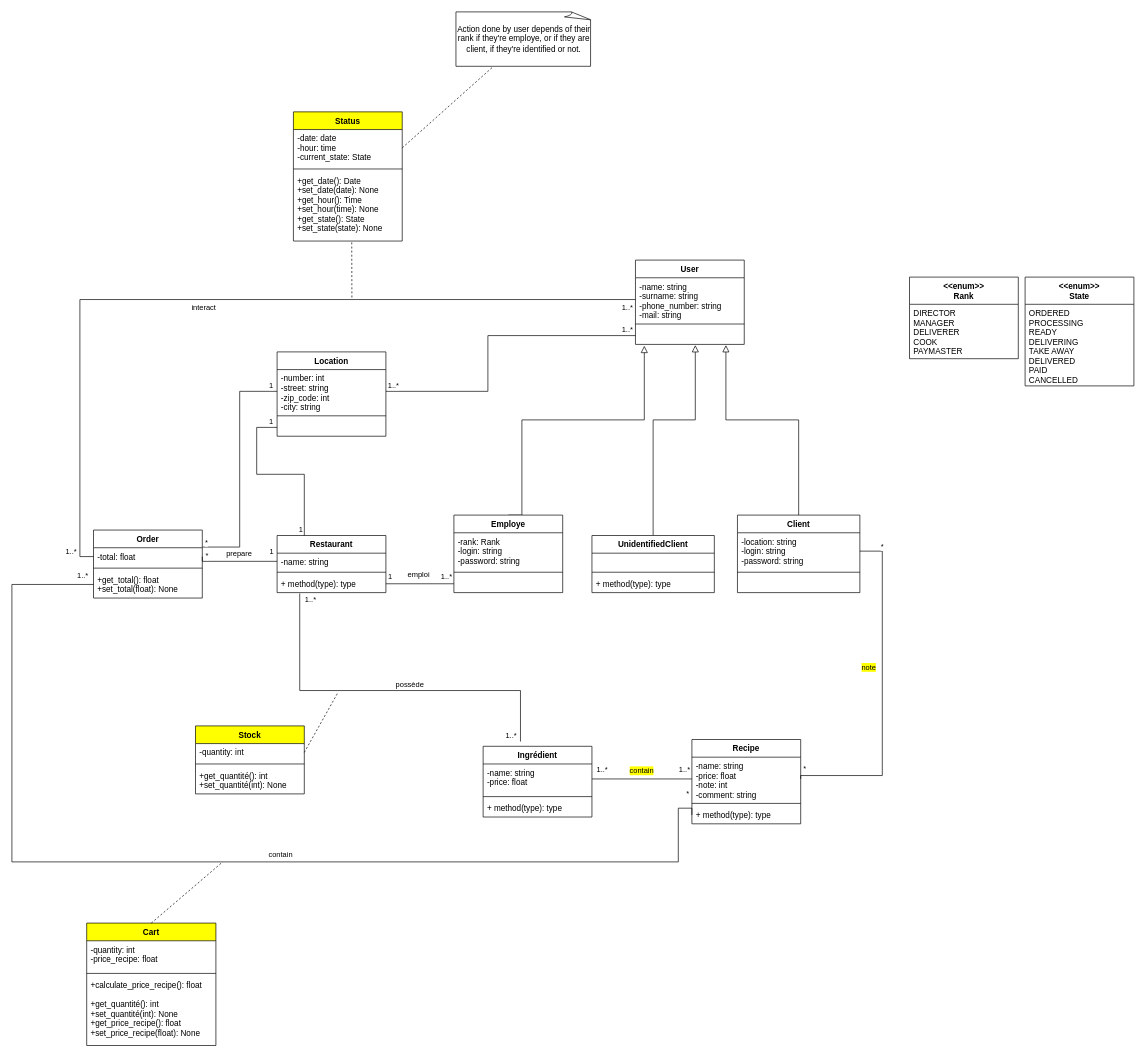
Earlier version of the draw.io diagram Diagramme de classe.drawio (damien-devpy/OC-P6). Source tidied: cells renumbered, new cells numbered last; positions are measured from the earlier drawing's top-left corner, leaving out a move shared by most shapes. Both pictures are drawn from the tidied source at 68%, with x=0, y=0 at pixel (12, 12).
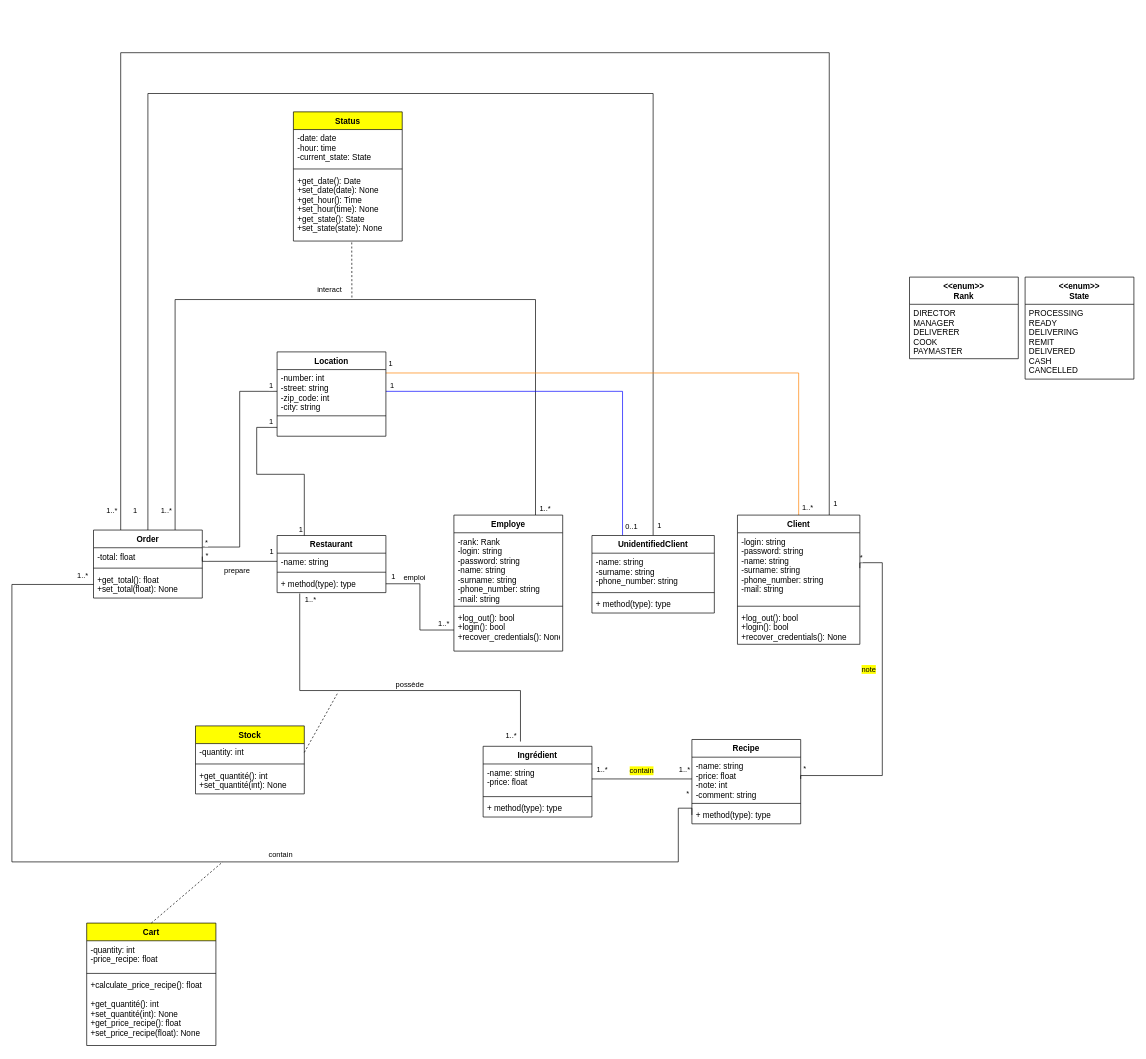
After the change.

Unchanged cells that the change refers to:
```xml
<mxCell id="20" style="edgeStyle=orthogonalEdgeStyle;rounded=0;jettySize=auto;html=1;endArrow=none;endFill=0;endSize=8;strokeWidth=1;exitX=0;exitY=0.5;exitDx=0;exitDy=0;entryX=1;entryY=0.5;entryDx=0;entryDy=0;" parent="1" edge="1" source="56" target="67">
  <mxGeometry relative="1" as="geometry">
    <Array as="points">
      <mxPoint x="280" y="808" />
    </Array>
  </mxGeometry>
</mxCell>
<mxCell id="40" value="-date: date&#10;-hour: time&#10;-current_state: State" style="text;strokeColor=none;fillColor=none;align=left;verticalAlign=top;spacingLeft=4;spacingRight=4;overflow=hidden;points=[[0,0.5],[1,0.5]];portConstraint=eastwest;" parent="39" vertex="1">
  <mxGeometry y="26" width="160" height="54" as="geometry" />
</mxCell>
<mxCell id="55" value="Restaurant" style="swimlane;fontStyle=1;align=center;verticalAlign=top;horizontal=1;startSize=26;" parent="1" vertex="1">
  <mxGeometry x="390" y="770" width="160" height="84" as="geometry" />
</mxCell>
<mxCell id="58" value="+ method(type): type" style="text;strokeColor=none;fillColor=none;align=left;verticalAlign=top;spacingLeft=4;spacingRight=4;overflow=hidden;points=[[0,0.5],[1,0.5]];portConstraint=eastwest;" parent="55" vertex="1">
  <mxGeometry y="58" width="160" height="26" as="geometry" />
</mxCell>
<mxCell id="60" value="-name: string&#10;-price: float&#10;-note: int&#10;-comment: string" style="text;strokeColor=none;fillColor=none;align=left;verticalAlign=top;spacingLeft=4;spacingRight=4;overflow=hidden;points=[[0,0.5],[1,0.5]];portConstraint=eastwest;" parent="59" vertex="1">
  <mxGeometry y="26" width="160" height="64" as="geometry" />
</mxCell>
<mxCell id="66" value="Order" style="swimlane;fontStyle=1;align=center;verticalAlign=top;horizontal=1;startSize=26;" parent="1" vertex="1">
  <mxGeometry x="120" y="762" width="160" height="100" as="geometry" />
</mxCell>
<mxCell id="67" value="-total: float&#10;" style="text;strokeColor=none;fillColor=none;align=left;verticalAlign=top;spacingLeft=4;spacingRight=4;overflow=hidden;points=[[0,0.5],[1,0.5]];portConstraint=eastwest;" parent="66" vertex="1">
  <mxGeometry y="26" width="160" height="26" as="geometry" />
</mxCell>
<mxCell id="82" value="Location" style="swimlane;fontStyle=1;align=center;verticalAlign=top;horizontal=1;startSize=26;" parent="1" vertex="1">
  <mxGeometry x="390" y="500" width="160" height="124" as="geometry" />
</mxCell>
<mxCell id="83" value="-number: int&#10;-street: string&#10;-zip_code: int&#10;-city: string&#10;" style="text;strokeColor=none;fillColor=none;align=left;verticalAlign=top;spacingLeft=4;spacingRight=4;overflow=hidden;points=[[0,0.5],[1,0.5]];portConstraint=eastwest;" parent="82" vertex="1">
  <mxGeometry y="26" width="160" height="64" as="geometry" />
</mxCell>
<mxCell id="85" value="&#10;&#10;" style="text;strokeColor=none;fillColor=none;align=left;verticalAlign=top;spacingLeft=4;spacingRight=4;overflow=hidden;points=[[0,0.5],[1,0.5]];portConstraint=eastwest;" parent="82" vertex="1">
  <mxGeometry y="98" width="160" height="26" as="geometry" />
</mxCell>
```

Change to the diagram source:
```diff
@@
-    <mxCell id="2" style="endArrow=none;html=1;entryX=0;entryY=0.5;entryDx=0;entryDy=0;exitX=1;exitY=0.5;exitDx=0;exitDy=0;" parent="1" edge="1" source="58" target="73">
+    <mxCell id="2" style="endArrow=none;html=1;entryX=0;entryY=0.5;entryDx=0;entryDy=0;exitX=1;exitY=0.5;exitDx=0;exitDy=0;edgeStyle=orthogonalEdgeStyle;rounded=0;" parent="1" edge="1" source="58" target="73">
       <mxGeometry relative="1" as="geometry" />
     </mxCell>
     <mxCell id="3" value="emploi" style="edgeLabel;html=1;align=center;verticalAlign=middle;" parent="2" vertex="1">
       <mxGeometry x="0.17" y="3" relative="1" as="geometry">
-        <mxPoint x="-12" y="-11" as="offset" />
+        <mxPoint x="-12" y="-58" as="offset" />
       </mxGeometry>
     </mxCell>
@@
-    <mxCell id="15" style="endArrow=block;html=1;rounded=0;edgeStyle=orthogonalEdgeStyle;endFill=0;endSize=8;exitX=0.5;exitY=0;exitDx=0;exitDy=0;" parent="1" edge="1" source="70">
-      <mxGeometry relative="1" as="geometry">
-        <mxPoint x="930" y="491" as="targetPoint" />
-        <Array as="points">
-          <mxPoint x="750" y="600" />
-          <mxPoint x="930" y="600" />
-        </Array>
-      </mxGeometry>
-    </mxCell>
     <mxCell id="16" style="edgeStyle=orthogonalEdgeStyle;rounded=0;jettySize=auto;html=1;exitX=1;exitY=0.5;exitDx=0;exitDy=0;entryX=1;entryY=0.5;entryDx=0;entryDy=0;endArrow=none;endFill=0;endSize=8;" parent="1" edge="1" source="48" target="60">
       <mxGeometry relative="1" as="geometry">
         <Array as="points">
-          <mxPoint x="1280" y="793" />
+          <mxPoint x="1247" y="810" />
+          <mxPoint x="1280" y="810" />
           <mxPoint x="1280" y="1123" />
+          <mxPoint x="1160" y="1123" />
         </Array>
       </mxGeometry>
     </mxCell>
@@
     <mxCell id="19" value="*" style="edgeLabel;html=1;align=center;verticalAlign=middle;" parent="16" vertex="1">
       <mxGeometry x="-0.89" y="-1" relative="1" as="geometry">
-        <mxPoint x="5" y="-9" as="offset" />
+        <mxPoint x="-17" y="-9" as="offset" />
       </mxGeometry>
     </mxCell>
@@
     <mxCell id="23" value="prepare" style="edgeLabel;html=1;align=center;verticalAlign=middle;" parent="20" vertex="1">
       <mxGeometry x="-0.14" y="-2" relative="1" as="geometry">
-        <mxPoint x="-6.7" y="-10" as="offset" />
+        <mxPoint x="-10" y="14" as="offset" />
       </mxGeometry>
     </mxCell>
@@
-    <mxCell id="25" style="edgeStyle=orthogonalEdgeStyle;rounded=0;jettySize=auto;html=1;exitX=0;exitY=0.5;exitDx=0;exitDy=0;entryX=0;entryY=0.5;entryDx=0;entryDy=0;endArrow=none;endFill=0;" parent="1" edge="1" source="35" target="67">
+    <mxCell id="25" style="edgeStyle=orthogonalEdgeStyle;rounded=0;jettySize=auto;html=1;exitX=0.75;exitY=0;exitDx=0;exitDy=0;entryX=0.75;entryY=0;entryDx=0;entryDy=0;endArrow=none;endFill=0;" parent="1" edge="1" source="70" target="66">
       <mxGeometry relative="1" as="geometry">
         <Array as="points">
-          <mxPoint x="100" y="423" />
-          <mxPoint x="100" y="801" />
+          <mxPoint x="770" y="423" />
+          <mxPoint x="240" y="423" />
         </Array>
       </mxGeometry>
     </mxCell>
     <mxCell id="26" value="interact" style="edgeLabel;html=1;align=center;verticalAlign=middle;labelBackgroundColor=none;" parent="25" vertex="1">
       <mxGeometry x="0.06" relative="1" as="geometry">
-        <mxPoint x="8" y="11" as="offset" />
+        <mxPoint x="8" y="-15" as="offset" />
       </mxGeometry>
     </mxCell>
@@
     <mxCell id="28" value="1..*" style="edgeLabel;html=1;align=center;verticalAlign=middle;" parent="25" vertex="1">
       <mxGeometry x="-0.91" y="-1" relative="1" as="geometry">
-        <mxPoint x="42.3" y="12" as="offset" />
+        <mxPoint x="12" y="43.9" as="offset" />
       </mxGeometry>
     </mxCell>
@@
-    <mxCell id="33" style="edgeStyle=orthogonalEdgeStyle;rounded=0;jettySize=auto;html=1;exitX=0.5;exitY=0;exitDx=0;exitDy=0;endArrow=block;endFill=0;strokeWidth=1;endSize=8;" parent="1" edge="1" source="51">
+    <mxCell id="33" style="edgeStyle=orthogonalEdgeStyle;rounded=0;jettySize=auto;html=1;exitX=0.5;exitY=0;exitDx=0;exitDy=0;endArrow=none;endFill=0;strokeWidth=1;endSize=8;strokeColor=#000000;entryX=0.5;entryY=0;entryDx=0;entryDy=0;" parent="1" edge="1" source="51" target="66">
       <mxGeometry relative="1" as="geometry">
-        <mxPoint x="1005" y="490" as="targetPoint" />
         <Array as="points">
-          <mxPoint x="943" y="600" />
-          <mxPoint x="1005" y="600" />
+          <mxPoint x="943" y="120" />
+          <mxPoint x="200" y="120" />
         </Array>
       </mxGeometry>
     </mxCell>
-    <mxCell id="34" value="User" style="swimlane;fontStyle=1;align=center;verticalAlign=top;horizontal=1;startSize=26;" parent="1" vertex="1">
-      <mxGeometry x="917" y="365" width="160" height="124" as="geometry" />
-    </mxCell>
-    <mxCell id="35" value="-name: string&#10;-surname: string&#10;-phone_number: string&#10;-mail: string" style="text;strokeColor=none;fillColor=none;align=left;verticalAlign=top;spacingLeft=4;spacingRight=4;overflow=hidden;points=[[0,0.5],[1,0.5]];portConstraint=eastwest;" parent="34" vertex="1">
-      <mxGeometry y="26" width="160" height="64" as="geometry" />
-    </mxCell>
-    <mxCell id="36" style="line;strokeWidth=1;fillColor=none;align=left;verticalAlign=middle;spacingTop=-1;spacingLeft=3;spacingRight=3;labelPosition=right;" parent="34" vertex="1">
-      <mxGeometry y="90" width="160" height="8" as="geometry" />
-    </mxCell>
-    <mxCell id="37" value="&#10;&#10;" style="text;strokeColor=none;fillColor=none;align=left;verticalAlign=top;spacingLeft=4;spacingRight=4;overflow=hidden;points=[[0,0.5],[1,0.5]];portConstraint=eastwest;" parent="34" vertex="1">
-      <mxGeometry y="98" width="160" height="26" as="geometry" />
-    </mxCell>
+    <mxCell id="99" value="1" style="edgeLabel;html=1;align=center;verticalAlign=middle;" parent="33" vertex="1">
+      <mxGeometry x="0.98" y="2" relative="1" as="geometry">
+        <mxPoint x="-22" y="-9.6" as="offset" />
+      </mxGeometry>
+    </mxCell>
+    <mxCell id="100" value="1" style="edgeLabel;html=1;align=center;verticalAlign=middle;" parent="33" vertex="1">
+      <mxGeometry x="-0.98" y="-2" relative="1" as="geometry">
+        <mxPoint x="6" y="5" as="offset" />
+      </mxGeometry>
+    </mxCell>
-    <mxCell id="38" style="edgeStyle=orthogonalEdgeStyle;rounded=0;jettySize=auto;html=1;exitX=0.5;exitY=0;exitDx=0;exitDy=0;endArrow=block;endFill=0;endSize=8;" parent="1" edge="1" source="47">
+    <mxCell id="38" style="edgeStyle=orthogonalEdgeStyle;rounded=0;jettySize=auto;html=1;exitX=0.5;exitY=0;exitDx=0;exitDy=0;endArrow=none;endFill=0;endSize=8;strokeColor=#FF8000;entryX=1;entryY=0.25;entryDx=0;entryDy=0;" parent="1" edge="1" source="47" target="82">
       <mxGeometry relative="1" as="geometry">
-        <mxPoint x="1050" y="490" as="targetPoint" />
         <Array as="points">
-          <mxPoint x="1157" y="600" />
-          <mxPoint x="1050" y="600" />
+          <mxPoint x="1157" y="531" />
         </Array>
       </mxGeometry>
     </mxCell>
+    <mxCell id="101" value="1..*" style="edgeLabel;html=1;align=center;verticalAlign=middle;" parent="38" vertex="1">
+      <mxGeometry x="-0.96" y="1" relative="1" as="geometry">
+        <mxPoint x="13" y="4" as="offset" />
+      </mxGeometry>
+    </mxCell>
+    <mxCell id="102" value="1" style="edgeLabel;html=1;align=center;verticalAlign=middle;" parent="38" vertex="1">
+      <mxGeometry x="0.95" y="1" relative="1" as="geometry">
+        <mxPoint x="-13.8" y="-16" as="offset" />
+      </mxGeometry>
+    </mxCell>
@@
+    <mxCell id="103" style="edgeStyle=orthogonalEdgeStyle;rounded=0;jettySize=auto;html=1;exitX=0.75;exitY=0;exitDx=0;exitDy=0;endArrow=none;endFill=0;strokeColor=#000000;entryX=0.25;entryY=0;entryDx=0;entryDy=0;" parent="1" edge="1" source="47" target="66">
+      <mxGeometry relative="1" as="geometry">
+        <Array as="points">
+          <mxPoint x="1202" y="60" />
+          <mxPoint x="160" y="60" />
+        </Array>
+      </mxGeometry>
+    </mxCell>
+    <mxCell id="104" value="1..*" style="edgeLabel;html=1;align=center;verticalAlign=middle;" parent="103" vertex="1">
+      <mxGeometry x="0.98" y="-2" relative="1" as="geometry">
+        <mxPoint x="-12" y="-5" as="offset" />
+      </mxGeometry>
+    </mxCell>
+    <mxCell id="105" value="1" style="edgeLabel;html=1;align=center;verticalAlign=middle;" parent="103" vertex="1">
+      <mxGeometry x="-0.98" y="-1" relative="1" as="geometry">
+        <mxPoint x="7" y="6" as="offset" />
+      </mxGeometry>
+    </mxCell>
     <mxCell id="47" value="Client" style="swimlane;fontStyle=1;align=center;verticalAlign=top;horizontal=1;startSize=26;" parent="1" vertex="1">
-      <mxGeometry x="1067" y="740" width="180" height="114" as="geometry" />
+      <mxGeometry x="1067" y="740" width="180" height="190" as="geometry" />
     </mxCell>
-    <mxCell id="48" value="-location: string&#10;-login: string&#10;-password: string" style="text;strokeColor=none;fillColor=none;align=left;verticalAlign=top;spacingLeft=4;spacingRight=4;overflow=hidden;points=[[0,0.5],[1,0.5]];portConstraint=eastwest;" parent="47" vertex="1">
-      <mxGeometry y="26" width="180" height="54" as="geometry" />
+    <mxCell id="48" value="-login: string&#10;-password: string&#10;-name: string&#10;-surname: string&#10;-phone_number: string&#10;-mail: string" style="text;strokeColor=none;fillColor=none;align=left;verticalAlign=top;spacingLeft=4;spacingRight=4;overflow=hidden;points=[[0,0.5],[1,0.5]];portConstraint=eastwest;" parent="47" vertex="1">
+      <mxGeometry y="26" width="180" height="104" as="geometry" />
     </mxCell>
     <mxCell id="49" style="line;strokeWidth=1;fillColor=none;align=left;verticalAlign=middle;spacingTop=-1;spacingLeft=3;spacingRight=3;labelPosition=right;" parent="47" vertex="1">
-      <mxGeometry y="80" width="180" height="8" as="geometry" />
+      <mxGeometry y="130" width="180" height="8" as="geometry" />
     </mxCell>
-    <mxCell id="50" value="&#10;&#10;" style="text;strokeColor=none;fillColor=none;align=left;verticalAlign=top;spacingLeft=4;spacingRight=4;overflow=hidden;" parent="47" vertex="1">
-      <mxGeometry y="88" width="180" height="26" as="geometry" />
+    <mxCell id="50" value="+log_out(): bool&#10;+login(): bool&#10;+recover_credentials(): None" style="text;strokeColor=none;fillColor=none;align=left;verticalAlign=top;spacingLeft=4;spacingRight=4;overflow=hidden;" parent="47" vertex="1">
+      <mxGeometry y="138" width="180" height="52" as="geometry" />
     </mxCell>
+    <mxCell id="106" style="edgeStyle=orthogonalEdgeStyle;rounded=0;jettySize=auto;html=1;exitX=0.25;exitY=0;exitDx=0;exitDy=0;endArrow=none;endFill=0;strokeColor=#0000FF;entryX=1;entryY=0.5;entryDx=0;entryDy=0;" parent="1" edge="1" source="51" target="83">
+      <mxGeometry relative="1" as="geometry">
+        <Array as="points">
+          <mxPoint x="898" y="558" />
+        </Array>
+      </mxGeometry>
+    </mxCell>
+    <mxCell id="107" value="0..1" style="edgeLabel;html=1;align=center;verticalAlign=middle;" parent="106" vertex="1">
+      <mxGeometry x="-0.95" relative="1" as="geometry">
+        <mxPoint x="12" as="offset" />
+      </mxGeometry>
+    </mxCell>
+    <mxCell id="108" value="1" style="edgeLabel;html=1;align=center;verticalAlign=middle;" parent="106" vertex="1">
+      <mxGeometry x="0.96" y="1" relative="1" as="geometry">
+        <mxPoint x="-3" y="-11" as="offset" />
+      </mxGeometry>
+    </mxCell>
     <mxCell id="51" value="UnidentifiedClient" style="swimlane;fontStyle=1;align=center;verticalAlign=top;horizontal=1;startSize=26;" parent="1" vertex="1">
-      <mxGeometry x="853" y="770" width="180" height="84" as="geometry" />
+      <mxGeometry x="853" y="770" width="180" height="114" as="geometry" />
     </mxCell>
-    <mxCell id="52" value="&#10;&#10;" style="text;strokeColor=none;fillColor=none;align=left;verticalAlign=top;spacingLeft=4;spacingRight=4;overflow=hidden;" parent="51" vertex="1">
-      <mxGeometry y="26" width="180" height="24" as="geometry" />
+    <mxCell id="52" value="-name: string&#10;-surname: string&#10;-phone_number: string" style="text;strokeColor=none;fillColor=none;align=left;verticalAlign=top;spacingLeft=4;spacingRight=4;overflow=hidden;" parent="51" vertex="1">
+      <mxGeometry y="26" width="180" height="54" as="geometry" />
     </mxCell>
     <mxCell id="53" style="line;strokeWidth=1;fillColor=none;align=left;verticalAlign=middle;spacingTop=-1;spacingLeft=3;spacingRight=3;labelPosition=right;" parent="51" vertex="1">
-      <mxGeometry y="50" width="180" height="8" as="geometry" />
+      <mxGeometry y="80" width="180" height="8" as="geometry" />
     </mxCell>
     <mxCell id="54" value="+ method(type): type" style="text;strokeColor=none;fillColor=none;align=left;verticalAlign=top;spacingLeft=4;spacingRight=4;overflow=hidden;" parent="51" vertex="1">
-      <mxGeometry y="58" width="180" height="26" as="geometry" />
+      <mxGeometry y="88" width="180" height="26" as="geometry" />
     </mxCell>
@@
     <mxCell id="70" value="Employe" style="swimlane;fontStyle=1;align=center;verticalAlign=top;horizontal=1;startSize=26;" parent="1" vertex="1">
-      <mxGeometry x="650" y="740" width="160" height="114" as="geometry" />
+      <mxGeometry x="650" y="740" width="160" height="200" as="geometry" />
     </mxCell>
-    <mxCell id="71" value="-rank: Rank&#10;-login: string&#10;-password: string" style="text;strokeColor=none;fillColor=none;align=left;verticalAlign=top;spacingLeft=4;spacingRight=4;overflow=hidden;" parent="70" vertex="1">
-      <mxGeometry y="26" width="160" height="54" as="geometry" />
+    <mxCell id="71" value="-rank: Rank&#10;-login: string&#10;-password: string&#10;-name: string&#10;-surname: string&#10;-phone_number: string&#10;-mail: string" style="text;strokeColor=none;fillColor=none;align=left;verticalAlign=top;spacingLeft=4;spacingRight=4;overflow=hidden;" parent="70" vertex="1">
+      <mxGeometry y="26" width="160" height="104" as="geometry" />
     </mxCell>
     <mxCell id="72" style="line;strokeWidth=1;fillColor=none;align=left;verticalAlign=middle;spacingTop=-1;spacingLeft=3;spacingRight=3;labelPosition=right;" parent="70" vertex="1">
-      <mxGeometry y="80" width="160" height="8" as="geometry" />
+      <mxGeometry y="130" width="160" height="8" as="geometry" />
     </mxCell>
-    <mxCell id="73" value="&#10;&#10;" style="text;strokeColor=none;fillColor=none;align=left;verticalAlign=top;spacingLeft=4;spacingRight=4;overflow=hidden;points=[[0,0.5],[1,0.5]];portConstraint=eastwest;" parent="70" vertex="1">
-      <mxGeometry y="88" width="160" height="26" as="geometry" />
+    <mxCell id="73" value="+log_out(): bool&#10;+login(): bool&#10;+recover_credentials(): None&#10;" style="text;strokeColor=none;fillColor=none;align=left;verticalAlign=top;spacingLeft=4;spacingRight=4;overflow=hidden;points=[[0,0.5],[1,0.5]];portConstraint=eastwest;" parent="70" vertex="1">
+      <mxGeometry y="138" width="160" height="62" as="geometry" />
     </mxCell>
@@
     <mxCell id="76" value="&lt;&lt;enum&gt;&gt;&#10;State" style="swimlane;fontStyle=1;align=center;verticalAlign=top;horizontal=1;startSize=40;fontSize=12;swimlaneLine=1;" parent="1" vertex="1">
-      <mxGeometry x="1490" y="390" width="160" height="160" as="geometry" />
+      <mxGeometry x="1490" y="390" width="160" height="150" as="geometry" />
     </mxCell>
-    <mxCell id="77" value="ORDERED&#10;PROCESSING&#10;READY&#10;DELIVERING&#10;TAKE AWAY&#10;DELIVERED&#10;PAID&#10;CANCELLED" style="text;strokeColor=none;fillColor=none;align=left;verticalAlign=top;spacingLeft=4;spacingRight=4;overflow=hidden;" parent="76" vertex="1">
-      <mxGeometry y="40" width="160" height="120" as="geometry" />
+    <mxCell id="77" value="PROCESSING&#10;READY&#10;DELIVERING&#10;REMIT&#10;DELIVERED&#10;CASH&#10;CANCELLED" style="text;strokeColor=none;fillColor=none;align=left;verticalAlign=top;spacingLeft=4;spacingRight=4;overflow=hidden;" parent="76" vertex="1">
+      <mxGeometry y="40" width="160" height="110" as="geometry" />
     </mxCell>
@@
-    <mxCell id="86" style="endArrow=none;html=1;exitX=1;exitY=0.5;exitDx=0;exitDy=0;entryX=0;entryY=0.5;entryDx=0;entryDy=0;edgeStyle=orthogonalEdgeStyle;rounded=0;" parent="1" edge="1" source="83" target="37">
-      <mxGeometry relative="1" as="geometry">
-        <Array as="points">
-          <mxPoint x="700" y="558" />
-          <mxPoint x="700" y="476" />
-        </Array>
-      </mxGeometry>
-    </mxCell>
-    <mxCell id="87" value="1..*" style="edgeLabel;html=1;align=center;verticalAlign=middle;" parent="86" vertex="1">
-      <mxGeometry x="0.94" y="1" relative="1" as="geometry">
-        <mxPoint y="-9" as="offset" />
-      </mxGeometry>
-    </mxCell>
-    <mxCell id="88" value="1..*" style="edgeLabel;html=1;align=center;verticalAlign=middle;" parent="86" vertex="1">
-      <mxGeometry x="-0.95" relative="1" as="geometry">
-        <mxPoint x="-1" y="-9" as="offset" />
-      </mxGeometry>
-    </mxCell>
-    <mxCell id="89" style="endArrow=none;html=1;exitX=0.25;exitY=0;exitDx=0;exitDy=0;entryX=0;entryY=0.5;entryDx=0;entryDy=0;edgeStyle=orthogonalEdgeStyle;rounded=0;" parent="1" edge="1" source="55" target="85">
+    <mxCell id="89" style="endArrow=none;html=1;exitX=0.25;exitY=0;exitDx=0;exitDy=0;edgeStyle=orthogonalEdgeStyle;rounded=0;entryX=0;entryY=0.5;entryDx=0;entryDy=0;" parent="1" edge="1" source="55" target="85">
       <mxGeometry relative="1" as="geometry">
         <Array as="points">
           <mxPoint x="430" y="680" />
           <mxPoint x="360" y="680" />
           <mxPoint x="360" y="611" />
         </Array>
       </mxGeometry>
     </mxCell>
@@
-    <mxCell id="92" style="endArrow=none;dashed=1;html=1;exitX=1;exitY=0.5;exitDx=0;exitDy=0;" parent="1" edge="1" source="40" target="93">
-      <mxGeometry relative="1" as="geometry" />
-    </mxCell>
-    <mxCell id="93" value="Action done by user depends of their rank if they're employe, or if they are client, if they're identified or not." style="whiteSpace=wrap;html=1;shape=mxgraph.basic.document;" parent="1" vertex="1">
-      <mxGeometry x="653" width="200" height="80" as="geometry" />
-    </mxCell>
```
